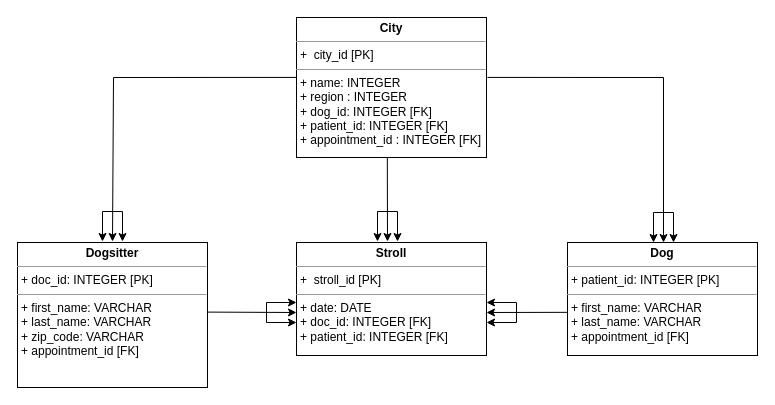
Above: page "AirbnbDogs" (2 of 4) of BDD-Relationnelles.drawio in jocelyn-ep/S4-J4-SQL-Modelisation_database (draw.io), before the change. Source tidied: cells renumbered, new cells numbered last; positions are measured from the earlier drawing's top-left corner, leaving out a move shared by most shapes. Both pictures are drawn from the tidied source at 100%, with x=0, y=0 at pixel (17, 17).
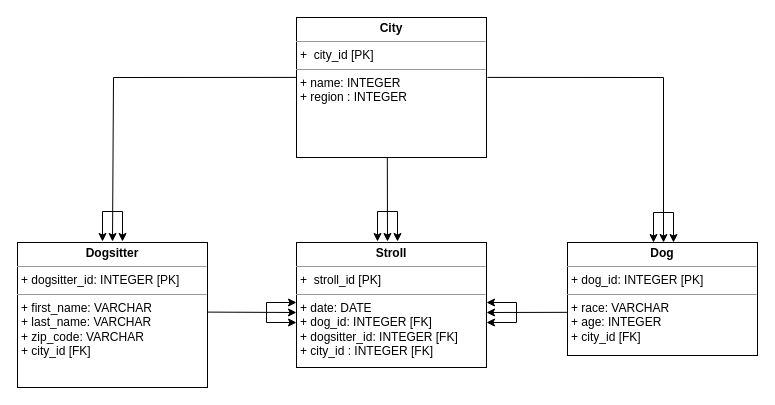
After the change.

Change to the diagram source:
```diff
@@
-    <mxCell id="2" value="&lt;p style=&quot;margin:0px;margin-top:4px;text-align:center;&quot;&gt;&lt;b&gt;Dogsitter&lt;/b&gt;&lt;/p&gt;&lt;hr size=&quot;1&quot;&gt;&lt;p style=&quot;margin:0px;margin-left:4px;&quot;&gt;+ doc_id: INTEGER [PK]&lt;br&gt;&lt;/p&gt;&lt;hr size=&quot;1&quot;&gt;&lt;p style=&quot;margin:0px;margin-left:4px;&quot;&gt;+ first_name: VARCHAR&amp;nbsp;&lt;br&gt;&lt;/p&gt;&lt;p style=&quot;margin:0px;margin-left:4px;&quot;&gt;+ last_name: VARCHAR&amp;nbsp;&lt;br&gt;&lt;span style=&quot;background-color: initial;&quot;&gt;+ zip_code: VARCHAR&amp;nbsp;&lt;/span&gt;&lt;br&gt;&lt;/p&gt;&lt;p style=&quot;margin:0px;margin-left:4px;&quot;&gt;+ appointment_id [FK]&lt;br&gt;&lt;/p&gt;" style="verticalAlign=top;align=left;overflow=fill;fontSize=12;fontFamily=Helvetica;html=1;rounded=0;shadow=0;comic=0;labelBackgroundColor=none;strokeWidth=1;" parent="1" vertex="1">
+    <mxCell id="2" value="&lt;p style=&quot;margin:0px;margin-top:4px;text-align:center;&quot;&gt;&lt;b&gt;Dogsitter&lt;/b&gt;&lt;/p&gt;&lt;hr size=&quot;1&quot;&gt;&lt;p style=&quot;margin:0px;margin-left:4px;&quot;&gt;+ dogsitter_id: INTEGER [PK]&lt;br&gt;&lt;/p&gt;&lt;hr size=&quot;1&quot;&gt;&lt;p style=&quot;margin:0px;margin-left:4px;&quot;&gt;+ first_name: VARCHAR&amp;nbsp;&lt;br&gt;&lt;/p&gt;&lt;p style=&quot;margin:0px;margin-left:4px;&quot;&gt;+ last_name: VARCHAR&amp;nbsp;&lt;br&gt;&lt;span style=&quot;background-color: initial;&quot;&gt;+ zip_code: VARCHAR&amp;nbsp;&lt;/span&gt;&lt;br&gt;&lt;/p&gt;&lt;p style=&quot;margin:0px;margin-left:4px;&quot;&gt;+ city_id [FK]&lt;br&gt;&lt;/p&gt;" style="verticalAlign=top;align=left;overflow=fill;fontSize=12;fontFamily=Helvetica;html=1;rounded=0;shadow=0;comic=0;labelBackgroundColor=none;strokeWidth=1;" parent="1" vertex="1">
       <mxGeometry y="225" width="190" height="145" as="geometry" />
     </mxCell>
-    <mxCell id="3" value="&lt;p style=&quot;margin:0px;margin-top:4px;text-align:center;&quot;&gt;&lt;b&gt;Dog&lt;/b&gt;&lt;/p&gt;&lt;hr size=&quot;1&quot;&gt;&lt;p style=&quot;margin:0px;margin-left:4px;&quot;&gt;+ patient_id: INTEGER [PK]&lt;br&gt;&lt;/p&gt;&lt;hr size=&quot;1&quot;&gt;&lt;p style=&quot;margin:0px;margin-left:4px;&quot;&gt;+ first_name: VARCHAR&amp;nbsp;&lt;br style=&quot;border-color: var(--darkreader-border--border-color); --darkreader-inline-border:var(--darkreader-border--darkreader-border--border-color);&quot;&gt;&lt;/p&gt;&lt;p style=&quot;margin:0px;margin-left:4px;&quot;&gt;+ last_name: VARCHAR&amp;nbsp;&lt;br&gt;&lt;/p&gt;&lt;p style=&quot;margin:0px;margin-left:4px;&quot;&gt;+ appointment_id [FK]&lt;br&gt;&lt;/p&gt;" style="verticalAlign=top;align=left;overflow=fill;fontSize=12;fontFamily=Helvetica;html=1;rounded=0;shadow=0;comic=0;labelBackgroundColor=none;strokeWidth=1;" parent="1" vertex="1">
+    <mxCell id="3" value="&lt;p style=&quot;margin:0px;margin-top:4px;text-align:center;&quot;&gt;&lt;b&gt;Dog&lt;/b&gt;&lt;/p&gt;&lt;hr size=&quot;1&quot;&gt;&lt;p style=&quot;margin:0px;margin-left:4px;&quot;&gt;+ dog_id: INTEGER [PK]&lt;br&gt;&lt;/p&gt;&lt;hr size=&quot;1&quot;&gt;&lt;p style=&quot;margin:0px;margin-left:4px;&quot;&gt;+ race: VARCHAR&amp;nbsp;&lt;br style=&quot;border-color: var(--darkreader-border--border-color); --darkreader-inline-border:var(--darkreader-border--darkreader-border--border-color);&quot;&gt;&lt;/p&gt;&lt;p style=&quot;margin:0px;margin-left:4px;&quot;&gt;+ age: INTEGER&amp;nbsp;&lt;br&gt;&lt;/p&gt;&lt;p style=&quot;margin:0px;margin-left:4px;&quot;&gt;+ city_id [FK]&lt;br&gt;&lt;/p&gt;" style="verticalAlign=top;align=left;overflow=fill;fontSize=12;fontFamily=Helvetica;html=1;rounded=0;shadow=0;comic=0;labelBackgroundColor=none;strokeWidth=1;" parent="1" vertex="1">
       <mxGeometry x="550" y="225" width="190" height="113" as="geometry" />
     </mxCell>
-    <mxCell id="4" value="&lt;p style=&quot;margin:0px;margin-top:4px;text-align:center;&quot;&gt;&lt;b&gt;Stroll&lt;/b&gt;&lt;/p&gt;&lt;hr size=&quot;1&quot;&gt;&lt;p style=&quot;margin:0px;margin-left:4px;&quot;&gt;+&amp;nbsp; stroll_id [PK]&lt;br&gt;&lt;/p&gt;&lt;hr size=&quot;1&quot;&gt;&lt;p style=&quot;margin:0px;margin-left:4px;&quot;&gt;+ date: DATE&lt;/p&gt;&lt;p style=&quot;margin:0px;margin-left:4px;&quot;&gt;+ doc_id: INTEGER [FK]&lt;br&gt;&lt;/p&gt;&lt;p style=&quot;margin:0px;margin-left:4px;&quot;&gt;+ patient_id: INTEGER [FK]&lt;br&gt;&lt;/p&gt;" style="verticalAlign=top;align=left;overflow=fill;fontSize=12;fontFamily=Helvetica;html=1;rounded=0;shadow=0;comic=0;labelBackgroundColor=none;strokeWidth=1;" parent="1" vertex="1">
-      <mxGeometry x="279" y="225" width="190" height="113" as="geometry" />
+    <mxCell id="4" value="&lt;p style=&quot;margin:0px;margin-top:4px;text-align:center;&quot;&gt;&lt;b&gt;Stroll&lt;/b&gt;&lt;/p&gt;&lt;hr size=&quot;1&quot;&gt;&lt;p style=&quot;margin:0px;margin-left:4px;&quot;&gt;+&amp;nbsp; stroll_id [PK]&lt;br&gt;&lt;/p&gt;&lt;hr size=&quot;1&quot;&gt;&lt;p style=&quot;margin:0px;margin-left:4px;&quot;&gt;+ date: DATE&lt;/p&gt;&lt;p style=&quot;margin:0px;margin-left:4px;&quot;&gt;+ dog_id: INTEGER [FK]&lt;br&gt;&lt;/p&gt;&lt;p style=&quot;margin:0px;margin-left:4px;&quot;&gt;+ dogsitter_id: INTEGER [FK]&lt;br&gt;&lt;/p&gt;&lt;p style=&quot;margin:0px;margin-left:4px;&quot;&gt;+ city_id : INTEGER [FK]&lt;/p&gt;" style="verticalAlign=top;align=left;overflow=fill;fontSize=12;fontFamily=Helvetica;html=1;rounded=0;shadow=0;comic=0;labelBackgroundColor=none;strokeWidth=1;" parent="1" vertex="1">
+      <mxGeometry x="279" y="225" width="190" height="125" as="geometry" />
     </mxCell>
@@
-    <mxCell id="13" value="&lt;p style=&quot;margin:0px;margin-top:4px;text-align:center;&quot;&gt;&lt;b&gt;City&lt;/b&gt;&lt;/p&gt;&lt;hr size=&quot;1&quot;&gt;&lt;p style=&quot;margin:0px;margin-left:4px;&quot;&gt;+&amp;nbsp; city_id [PK]&lt;br&gt;&lt;/p&gt;&lt;hr size=&quot;1&quot;&gt;&lt;p style=&quot;margin:0px;margin-left:4px;&quot;&gt;+ name: INTEGER&lt;/p&gt;&lt;p style=&quot;margin:0px;margin-left:4px;&quot;&gt;+ region : INTEGER&lt;/p&gt;&lt;p style=&quot;margin:0px;margin-left:4px;&quot;&gt;+ dog_id: INTEGER [FK]&lt;br&gt;&lt;/p&gt;&lt;p style=&quot;margin:0px;margin-left:4px;&quot;&gt;+ patient_id: INTEGER [FK]&lt;br&gt;&lt;/p&gt;&lt;p style=&quot;margin:0px;margin-left:4px;&quot;&gt;+ appointment_id : INTEGER [FK]&lt;/p&gt;" style="verticalAlign=top;align=left;overflow=fill;fontSize=12;fontFamily=Helvetica;html=1;rounded=0;shadow=0;comic=0;labelBackgroundColor=none;strokeWidth=1;" parent="1" vertex="1">
+    <mxCell id="13" value="&lt;p style=&quot;margin:0px;margin-top:4px;text-align:center;&quot;&gt;&lt;b&gt;City&lt;/b&gt;&lt;/p&gt;&lt;hr size=&quot;1&quot;&gt;&lt;p style=&quot;margin:0px;margin-left:4px;&quot;&gt;+&amp;nbsp; city_id [PK]&lt;br&gt;&lt;/p&gt;&lt;hr size=&quot;1&quot;&gt;&lt;p style=&quot;margin:0px;margin-left:4px;&quot;&gt;+ name: INTEGER&lt;/p&gt;&lt;p style=&quot;margin:0px;margin-left:4px;&quot;&gt;+ region : INTEGER&lt;/p&gt;" style="verticalAlign=top;align=left;overflow=fill;fontSize=12;fontFamily=Helvetica;html=1;rounded=0;shadow=0;comic=0;labelBackgroundColor=none;strokeWidth=1;" parent="1" vertex="1">
       <mxGeometry x="279" width="190" height="140" as="geometry" />
     </mxCell>
```
